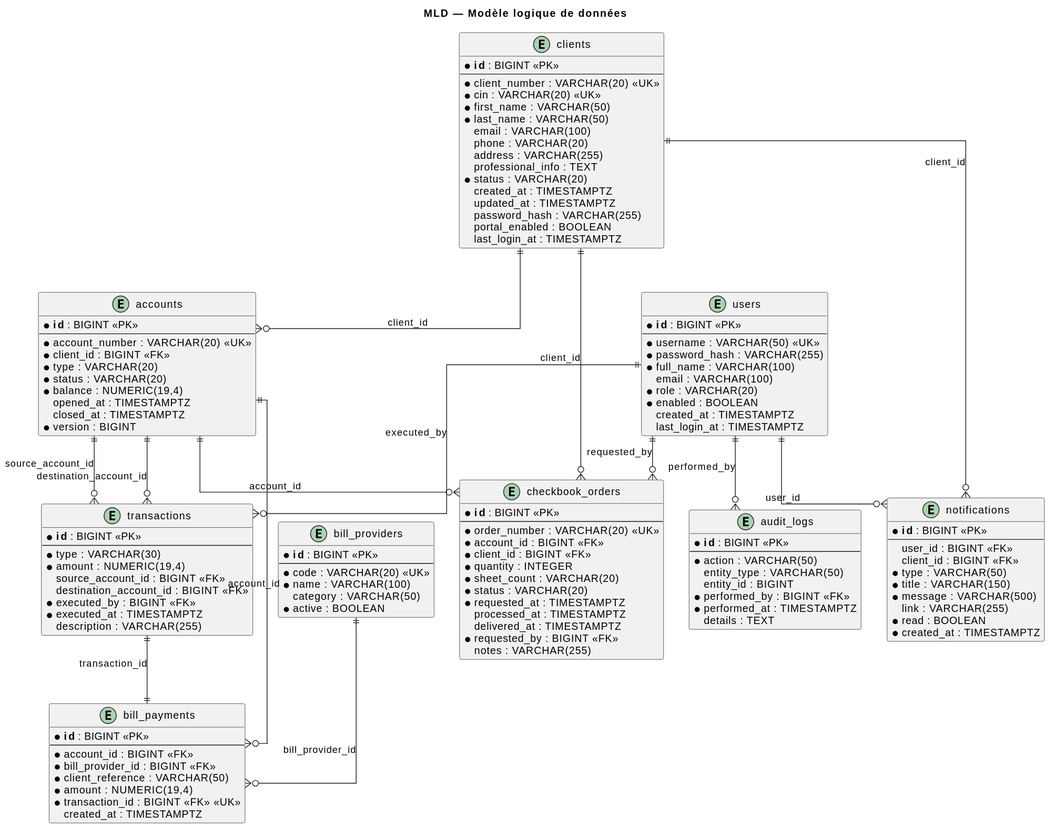
Before: documentation/overleaf/images/MLD.svg, a diagram exported from PlantUML (aminabensouda106-gif/banque1). The source it was exported from:
```plantuml
@startuml
skinparam shadowing false
skinparam linetype ortho

title MLD — Modèle logique de données

entity "users" as users {
  * **id** : BIGINT <<PK>>
  --
  * username : VARCHAR(50) <<UK>>
  * password_hash : VARCHAR(255)
  * full_name : VARCHAR(100)
  email : VARCHAR(100)
  * role : VARCHAR(20)
  * enabled : BOOLEAN
  created_at : TIMESTAMPTZ
  last_login_at : TIMESTAMPTZ
}

entity "clients" as clients {
  * **id** : BIGINT <<PK>>
  --
  * client_number : VARCHAR(20) <<UK>>
  * cin : VARCHAR(20) <<UK>>
  * first_name : VARCHAR(50)
  * last_name : VARCHAR(50)
  email : VARCHAR(100)
  phone : VARCHAR(20)
  address : VARCHAR(255)
  professional_info : TEXT
  * status : VARCHAR(20)
  created_at : TIMESTAMPTZ
  updated_at : TIMESTAMPTZ
  password_hash : VARCHAR(255)
  portal_enabled : BOOLEAN
  last_login_at : TIMESTAMPTZ
}

entity "accounts" as accounts {
  * **id** : BIGINT <<PK>>
  --
  * account_number : VARCHAR(20) <<UK>>
  * client_id : BIGINT <<FK>>
  * type : VARCHAR(20)
  * status : VARCHAR(20)
  * balance : NUMERIC(19,4)
  opened_at : TIMESTAMPTZ
  closed_at : TIMESTAMPTZ
  * version : BIGINT
}

entity "transactions" as transactions {
  * **id** : BIGINT <<PK>>
  --
  * type : VARCHAR(30)
  * amount : NUMERIC(19,4)
  source_account_id : BIGINT <<FK>>
  destination_account_id : BIGINT <<FK>>
  * executed_by : BIGINT <<FK>>
  * executed_at : TIMESTAMPTZ
  description : VARCHAR(255)
}

entity "bill_providers" as bill_providers {
  * **id** : BIGINT <<PK>>
  --
  * code : VARCHAR(20) <<UK>>
  * name : VARCHAR(100)
  category : VARCHAR(50)
  * active : BOOLEAN
}

entity "bill_payments" as bill_payments {
  * **id** : BIGINT <<PK>>
  --
  * account_id : BIGINT <<FK>>
  * bill_provider_id : BIGINT <<FK>>
  * client_reference : VARCHAR(50)
  * amount : NUMERIC(19,4)
  * transaction_id : BIGINT <<FK>> <<UK>>
  created_at : TIMESTAMPTZ
}

entity "checkbook_orders" as checkbook_orders {
  * **id** : BIGINT <<PK>>
  --
  * order_number : VARCHAR(20) <<UK>>
  * account_id : BIGINT <<FK>>
  * client_id : BIGINT <<FK>>
  * quantity : INTEGER
  * sheet_count : VARCHAR(20)
  * status : VARCHAR(20)
  * requested_at : TIMESTAMPTZ
  processed_at : TIMESTAMPTZ
  delivered_at : TIMESTAMPTZ
  * requested_by : BIGINT <<FK>>
  notes : VARCHAR(255)
}

entity "audit_logs" as audit_logs {
  * **id** : BIGINT <<PK>>
  --
  * action : VARCHAR(50)
  entity_type : VARCHAR(50)
  entity_id : BIGINT
  * performed_by : BIGINT <<FK>>
  * performed_at : TIMESTAMPTZ
  details : TEXT
}

entity "notifications" as notifications {
  * **id** : BIGINT <<PK>>
  --
  user_id : BIGINT <<FK>>
  client_id : BIGINT <<FK>>
  * type : VARCHAR(50)
  * title : VARCHAR(150)
  * message : VARCHAR(500)
  link : VARCHAR(255)
  * read : BOOLEAN
  * created_at : TIMESTAMPTZ
}

clients ||--o{ accounts : client_id
clients ||--o{ checkbook_orders : client_id
users ||--o{ transactions : executed_by
users ||--o{ checkbook_orders : requested_by
users ||--o{ audit_logs : performed_by
users ||--o{ notifications : user_id
clients ||--o{ notifications : client_id
accounts ||--o{ transactions : source_account_id
accounts ||--o{ transactions : destination_account_id
accounts ||--o{ bill_payments : account_id
accounts ||--o{ checkbook_orders : account_id
bill_providers ||--o{ bill_payments : bill_provider_id
transactions ||--|| bill_payments : transaction_id
@enduml
```
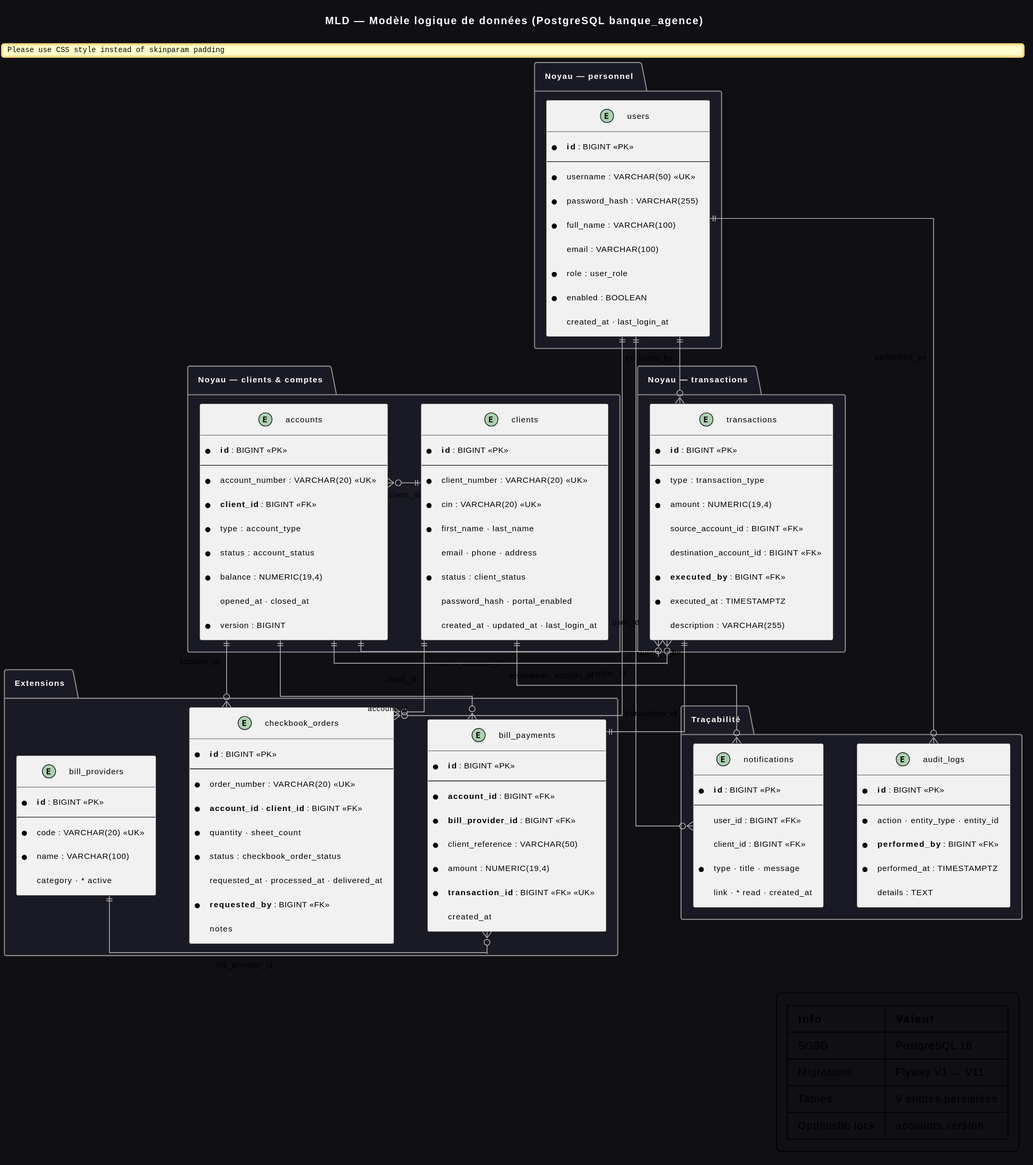
Later version of the same file.

What changed in the source:
```diff
@@ -1,137 +1,173 @@
 @startuml
+top to bottom direction
+scale max 3200 width
 skinparam shadowing false
+skinparam backgroundColor #0F0F14
 skinparam linetype ortho
+skinparam nodesep 45
+skinparam ranksep 55
+skinparam defaultFontSize 11
+skinparam ArrowFontSize 10
+skinparam padding 10
+skinparam arrowColor #BBBBBB
 
-title MLD — Modèle logique de données
+title <color:#FFFFFF>MLD — Modèle logique de données (PostgreSQL banque_agence)</color>
 
-entity "users" as users {
-  * **id** : BIGINT <<PK>>
-  --
-  * username : VARCHAR(50) <<UK>>
-  * password_hash : VARCHAR(255)
-  * full_name : VARCHAR(100)
-  email : VARCHAR(100)
-  * role : VARCHAR(20)
-  * enabled : BOOLEAN
-  created_at : TIMESTAMPTZ
-  last_login_at : TIMESTAMPTZ
+skinparam entity {
+  BackgroundColor #D8CCE8
+  BorderColor #4A4A4A
+  FontColor #111111
 }
 
-entity "clients" as clients {
-  * **id** : BIGINT <<PK>>
-  --
-  * client_number : VARCHAR(20) <<UK>>
-  * cin : VARCHAR(20) <<UK>>
-  * first_name : VARCHAR(50)
-  * last_name : VARCHAR(50)
-  email : VARCHAR(100)
-  phone : VARCHAR(20)
-  address : VARCHAR(255)
-  professional_info : TEXT
-  * status : VARCHAR(20)
-  created_at : TIMESTAMPTZ
-  updated_at : TIMESTAMPTZ
-  password_hash : VARCHAR(255)
-  portal_enabled : BOOLEAN
-  last_login_at : TIMESTAMPTZ
+skinparam package {
+  BackgroundColor #1E1E28
+  BorderColor #888888
+  FontColor #FFFFFF
 }
 
-entity "accounts" as accounts {
-  * **id** : BIGINT <<PK>>
-  --
-  * account_number : VARCHAR(20) <<UK>>
-  * client_id : BIGINT <<FK>>
-  * type : VARCHAR(20)
-  * status : VARCHAR(20)
-  * balance : NUMERIC(19,4)
-  opened_at : TIMESTAMPTZ
-  closed_at : TIMESTAMPTZ
-  * version : BIGINT
+package "Noyau — personnel" #1A1A24 {
+  entity "users" as users {
+    * **id** : BIGINT <<PK>>
+    --
+    * username : VARCHAR(50) <<UK>>
+    * password_hash : VARCHAR(255)
+    * full_name : VARCHAR(100)
+    email : VARCHAR(100)
+    * role : user_role
+    * enabled : BOOLEAN
+    created_at · last_login_at
+  }
 }
 
-entity "transactions" as transactions {
-  * **id** : BIGINT <<PK>>
-  --
-  * type : VARCHAR(30)
-  * amount : NUMERIC(19,4)
-  source_account_id : BIGINT <<FK>>
-  destination_account_id : BIGINT <<FK>>
-  * executed_by : BIGINT <<FK>>
-  * executed_at : TIMESTAMPTZ
-  description : VARCHAR(255)
+package "Noyau — clients & comptes" #1A1A24 {
+  entity "clients" as clients {
+    * **id** : BIGINT <<PK>>
+    --
+    * client_number : VARCHAR(20) <<UK>>
+    * cin : VARCHAR(20) <<UK>>
+    * first_name · last_name
+    email · phone · address
+    * status : client_status
+    password_hash · portal_enabled
+    created_at · updated_at · last_login_at
+  }
+
+  entity "accounts" as accounts {
+    * **id** : BIGINT <<PK>>
+    --
+    * account_number : VARCHAR(20) <<UK>>
+    * **client_id** : BIGINT <<FK>>
+    * type : account_type
+    * status : account_status
+    * balance : NUMERIC(19,4)
+    opened_at · closed_at
+    * version : BIGINT
+  }
 }
 
-entity "bill_providers" as bill_providers {
-  * **id** : BIGINT <<PK>>
-  --
-  * code : VARCHAR(20) <<UK>>
-  * name : VARCHAR(100)
-  category : VARCHAR(50)
-  * active : BOOLEAN
+package "Noyau — transactions" #1A1A24 {
+  entity "transactions" as transactions {
+    * **id** : BIGINT <<PK>>
+    --
+    * type : transaction_type
+    * amount : NUMERIC(19,4)
+    source_account_id : BIGINT <<FK>>
+    destination_account_id : BIGINT <<FK>>
+    * **executed_by** : BIGINT <<FK>>
+    * executed_at : TIMESTAMPTZ
+    description : VARCHAR(255)
+  }
 }
 
-entity "bill_payments" as bill_payments {
-  * **id** : BIGINT <<PK>>
-  --
-  * account_id : BIGINT <<FK>>
-  * bill_provider_id : BIGINT <<FK>>
-  * client_reference : VARCHAR(50)
-  * amount : NUMERIC(19,4)
-  * transaction_id : BIGINT <<FK>> <<UK>>
-  created_at : TIMESTAMPTZ
+package "Extensions" #1A1A24 {
+  entity "bill_providers" as bill_providers {
+    * **id** : BIGINT <<PK>>
+    --
+    * code : VARCHAR(20) <<UK>>
+    * name : VARCHAR(100)
+    category · * active
+  }
+
+  entity "bill_payments" as bill_payments {
+    * **id** : BIGINT <<PK>>
+    --
+    * **account_id** : BIGINT <<FK>>
+    * **bill_provider_id** : BIGINT <<FK>>
+    * client_reference : VARCHAR(50)
+    * amount : NUMERIC(19,4)
+    * **transaction_id** : BIGINT <<FK>> <<UK>>
+    created_at
+  }
+
+  entity "checkbook_orders" as checkbook_orders {
+    * **id** : BIGINT <<PK>>
+    --
+    * order_number : VARCHAR(20) <<UK>>
+    * **account_id** · **client_id** : BIGINT <<FK>>
+    * quantity · sheet_count
+    * status : checkbook_order_status
+    requested_at · processed_at · delivered_at
+    * **requested_by** : BIGINT <<FK>>
+    notes
+  }
 }
 
-entity "checkbook_orders" as checkbook_orders {
-  * **id** : BIGINT <<PK>>
-  --
-  * order_number : VARCHAR(20) <<UK>>
-  * account_id : BIGINT <<FK>>
-  * client_id : BIGINT <<FK>>
-  * quantity : INTEGER
-  * sheet_count : VARCHAR(20)
-  * status : VARCHAR(20)
-  * requested_at : TIMESTAMPTZ
-  processed_at : TIMESTAMPTZ
-  delivered_at : TIMESTAMPTZ
-  * requested_by : BIGINT <<FK>>
-  notes : VARCHAR(255)
-}
+package "Traçabilité" #1A1A24 {
+  entity "notifications" as notifications {
+    * **id** : BIGINT <<PK>>
+    --
+    user_id : BIGINT <<FK>>
+    client_id : BIGINT <<FK>>
+    * type · title · message
+    link · * read · created_at
+  }
 
-entity "audit_logs" as audit_logs {
-  * **id** : BIGINT <<PK>>
-  --
-  * action : VARCHAR(50)
-  entity_type : VARCHAR(50)
-  entity_id : BIGINT
-  * performed_by : BIGINT <<FK>>
-  * performed_at : TIMESTAMPTZ
-  details : TEXT
-}
-
-entity "notifications" as notifications {
-  * **id** : BIGINT <<PK>>
-  --
-  user_id : BIGINT <<FK>>
-  client_id : BIGINT <<FK>>
-  * type : VARCHAR(50)
-  * title : VARCHAR(150)
-  * message : VARCHAR(500)
-  link : VARCHAR(255)
-  * read : BOOLEAN
-  * created_at : TIMESTAMPTZ
+  entity "audit_logs" as audit_logs {
+    * **id** : BIGINT <<PK>>
+    --
+    * action · entity_type · entity_id
+    * **performed_by** : BIGINT <<FK>>
+    * performed_at : TIMESTAMPTZ
+    details : TEXT
+  }
 }
 
 clients ||--o{ accounts : client_id
 clients ||--o{ checkbook_orders : client_id
+clients ||--o{ notifications : client_id
+
 users ||--o{ transactions : executed_by
 users ||--o{ checkbook_orders : requested_by
 users ||--o{ audit_logs : performed_by
 users ||--o{ notifications : user_id
-clients ||--o{ notifications : client_id
+
 accounts ||--o{ transactions : source_account_id
 accounts ||--o{ transactions : destination_account_id
 accounts ||--o{ bill_payments : account_id
 accounts ||--o{ checkbook_orders : account_id
+
 bill_providers ||--o{ bill_payments : bill_provider_id
 transactions ||--|| bill_payments : transaction_id
+
+users -[hidden]right- clients
+clients -[hidden]right- accounts
+accounts -[hidden]right- transactions
+
+bill_providers -[hidden]right- bill_payments
+bill_payments -[hidden]right- checkbook_orders
+
+notifications -[hidden]right- audit_logs
+
+users -[hidden]down- bill_providers
+clients -[hidden]down- bill_payments
+accounts -[hidden]down- checkbook_orders
+transactions -[hidden]down- notifications
+
+legend bottom right
+  |= Info |= Valeur |
+  | SGBD | PostgreSQL 16 |
+  | Migrations | Flyway V1 → V11 |
+  | Tables | 9 entités persistées |
+  | Optimistic lock | accounts.version |
+endlegend
 @enduml
```
